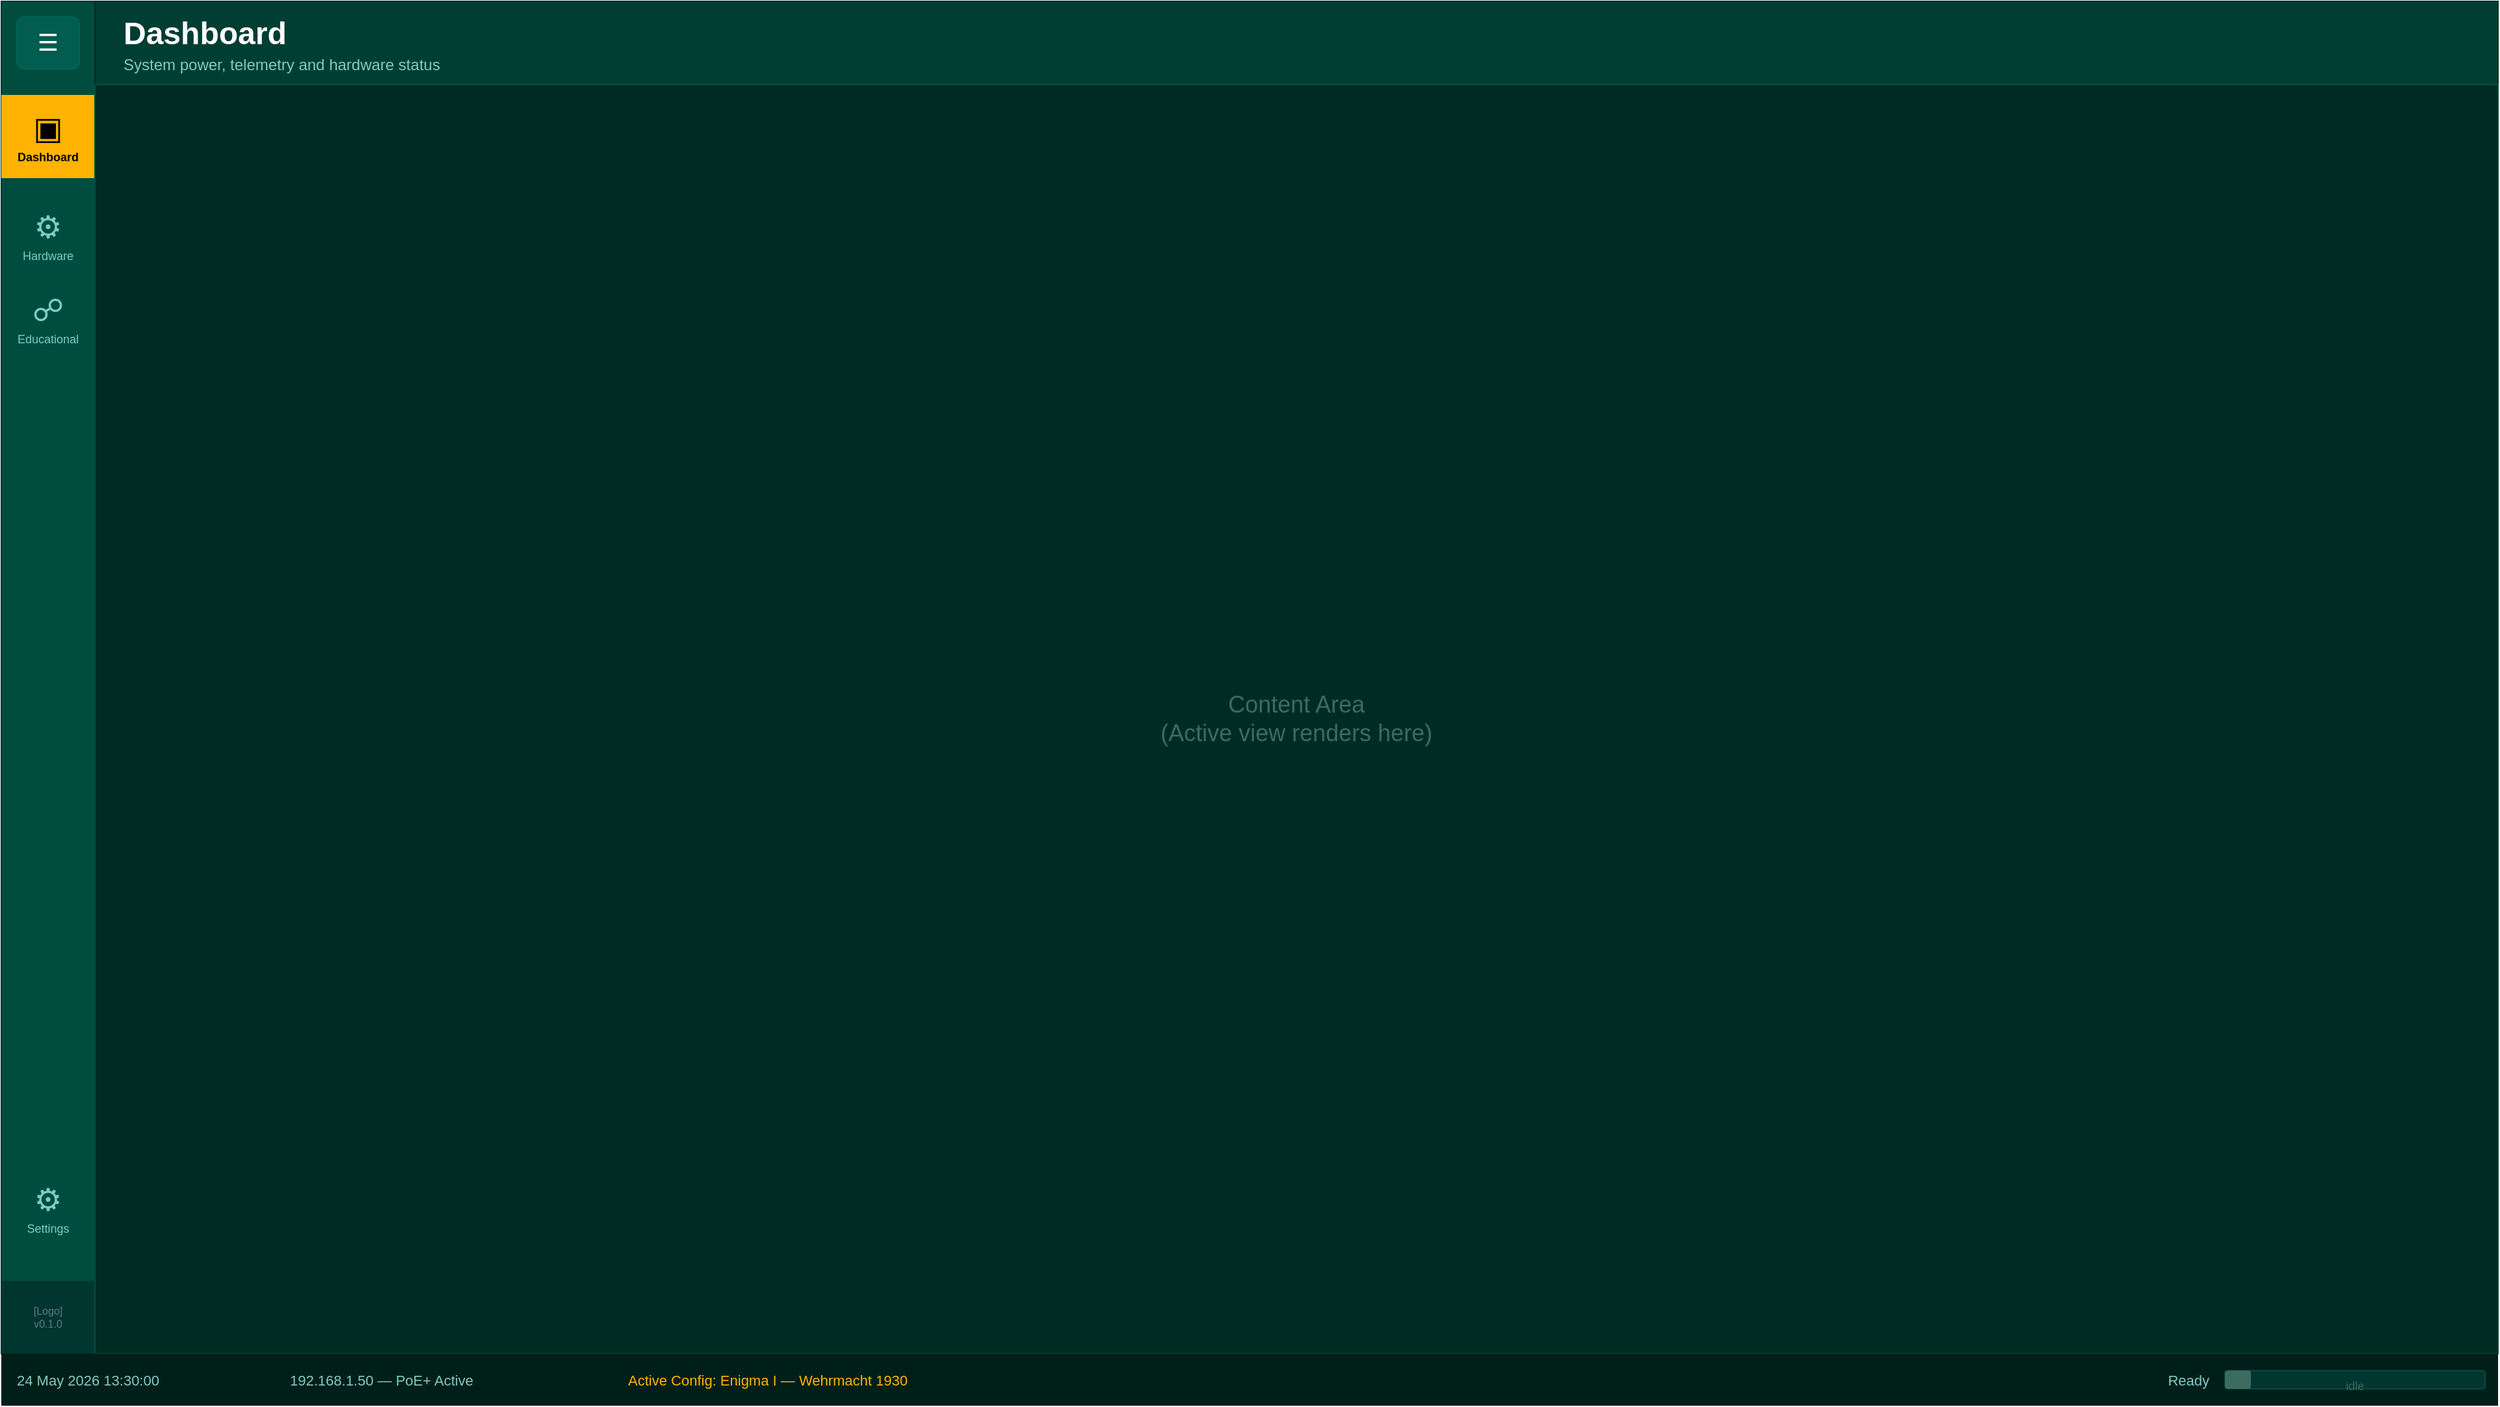
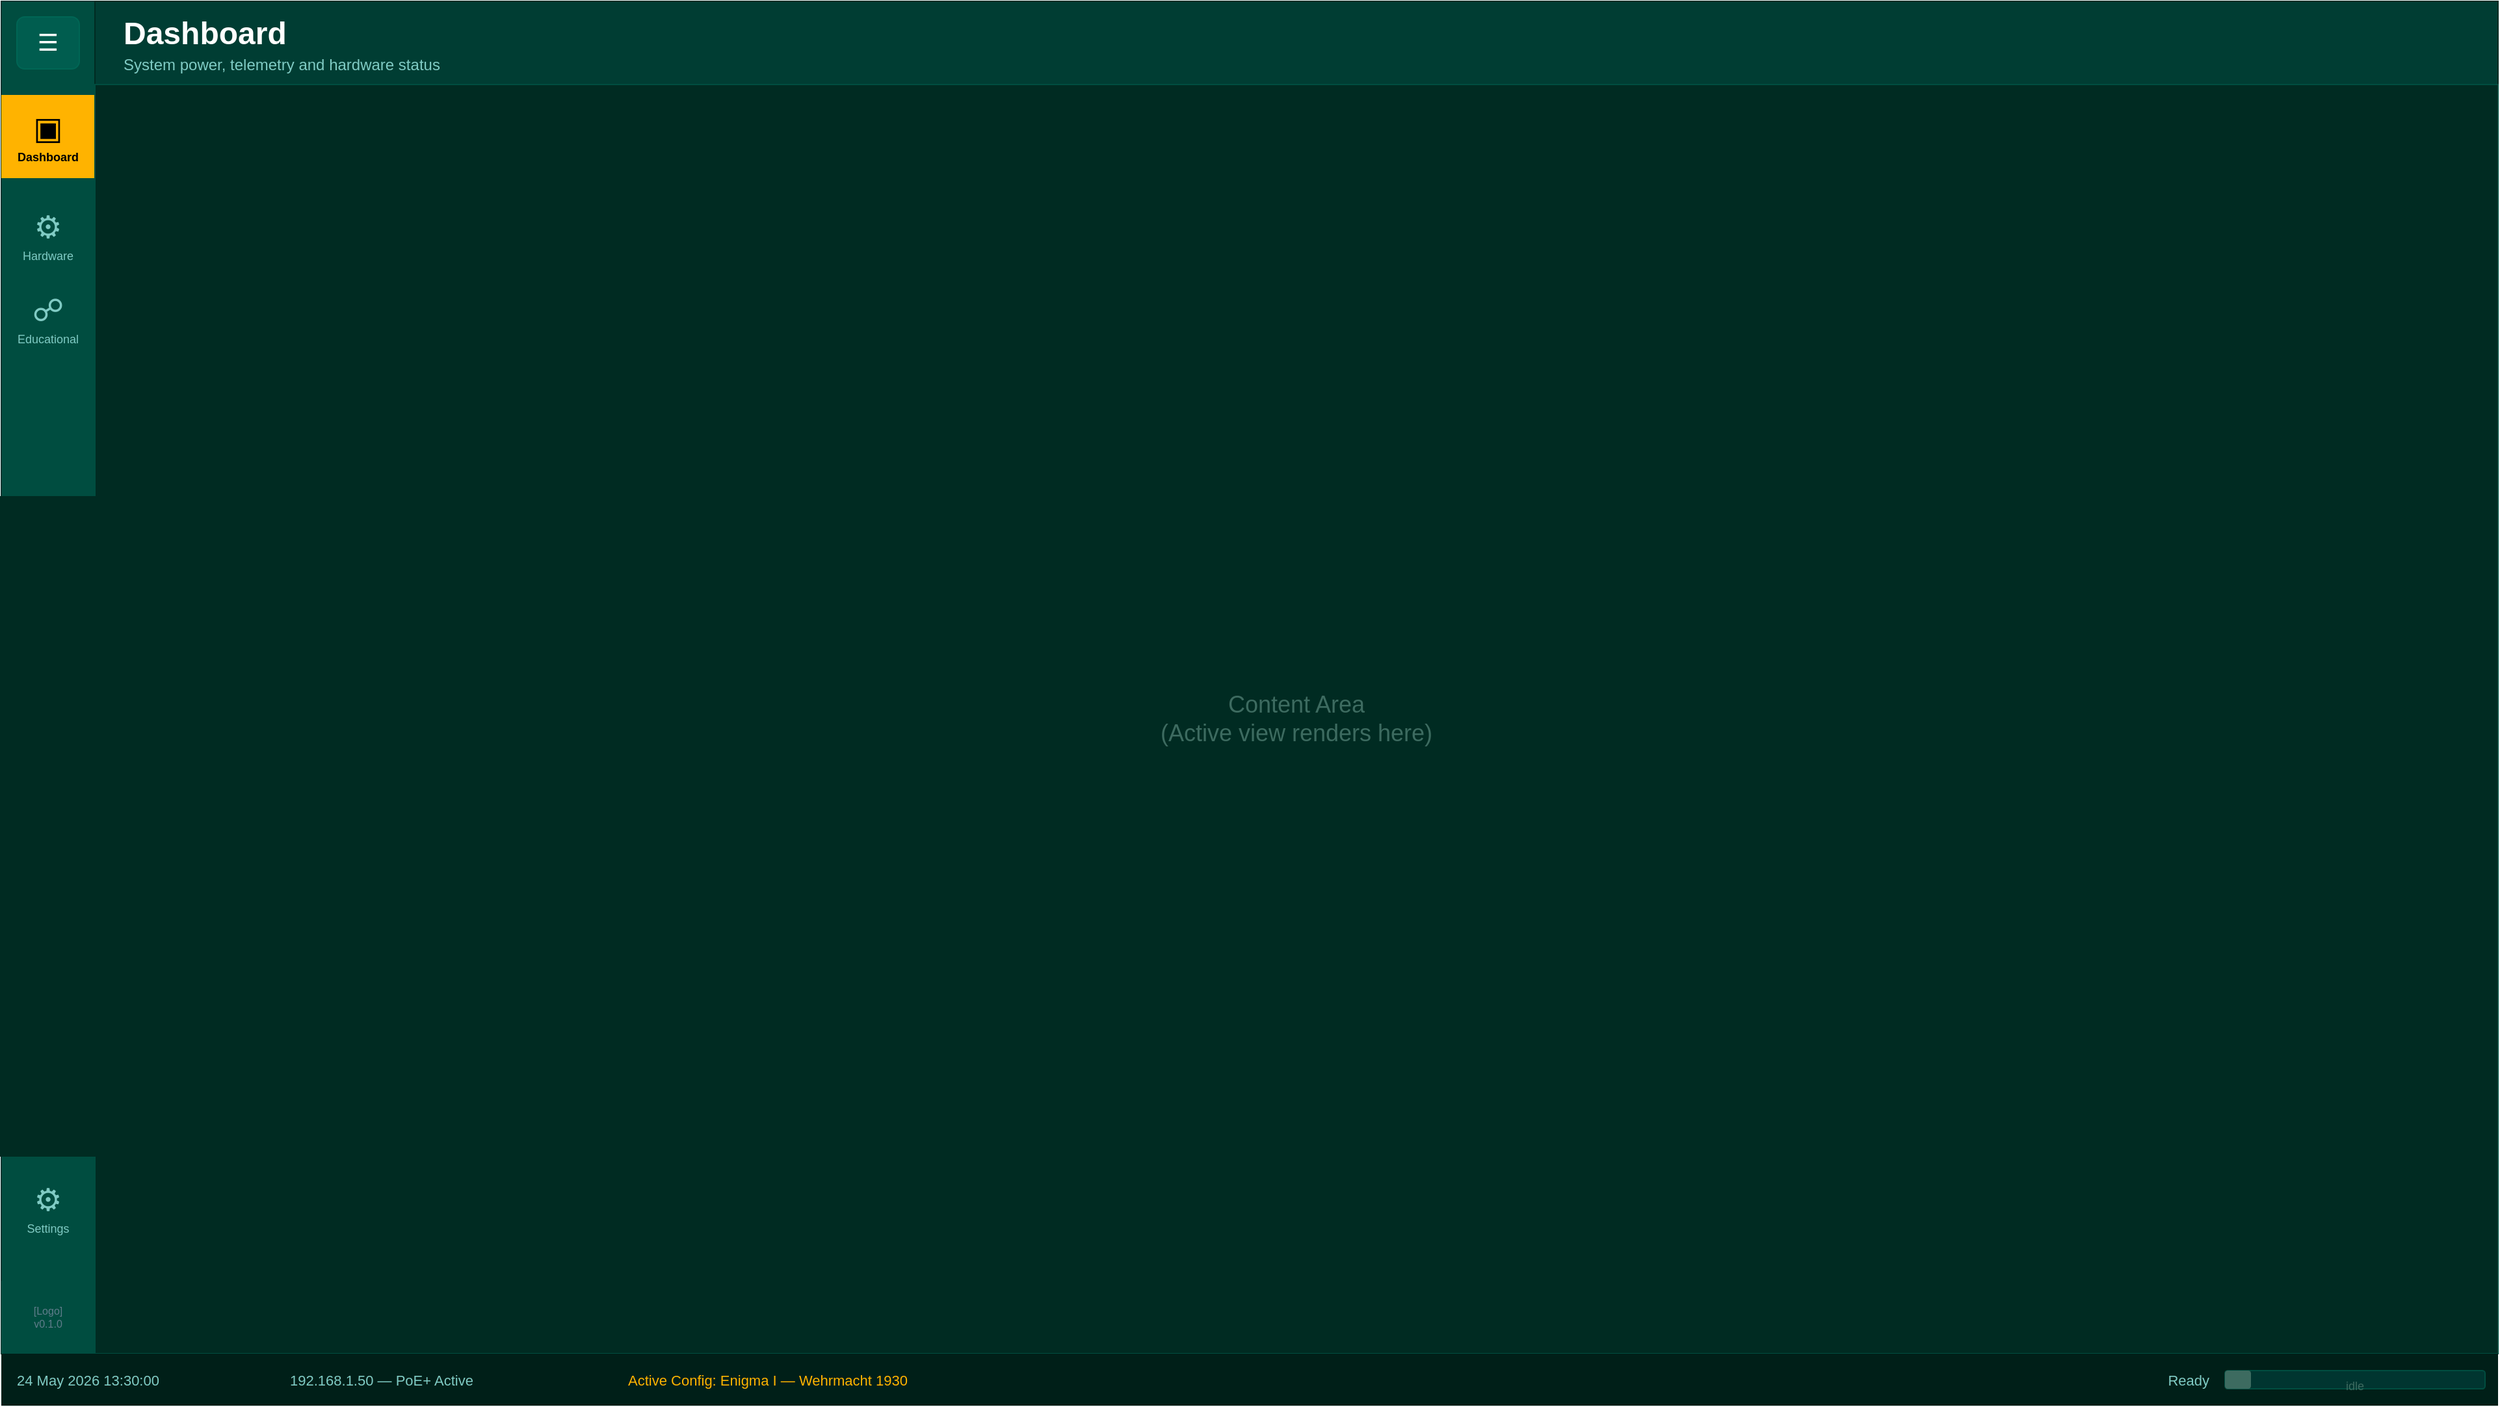
<mxfile host="Electron" modified="2026-05-24T13:30:00.000Z" version="26.0.0">
  <diagram id="shell-collapsed" name="State 1 — Collapsed Rail (Dashboard Active)">
    <mxGraphModel dx="1422" dy="762" grid="1" gridSize="10" guides="1" tooltips="1" connect="1" arrows="1" fold="1" page="1" pageScale="1" pageWidth="1920" pageHeight="1080" math="0" shadow="0">
      <root>
        <mxCell id="0" />
        <mxCell id="1" parent="0" />
+         <mxCell id="p1-canvas-bg" value="" style="rounded=0;whiteSpace=wrap;html=1;fillColor=#002B22;strokeColor=none;" vertex="1" parent="1"><mxGeometry x="0" y="0" width="1920" height="1080" as="geometry"/></mxCell>
+ 

        <!-- Nav Rail background -->
        <mxCell id="c-rail-bg" value="" style="rounded=0;whiteSpace=wrap;html=1;fillColor=#004D40;strokeColor=#003530;" vertex="1" parent="1">
          <mxGeometry x="0" y="0" width="72" height="1040" as="geometry" />
        </mxCell>

        <!-- Toggle button -->
        <mxCell id="c-toggle" value="&#9776;" style="rounded=1;whiteSpace=wrap;html=1;fillColor=#005D4F;strokeColor=#006655;fontColor=#FFFFFF;fontSize=18;align=center;" vertex="1" parent="1">
          <mxGeometry x="12" y="12" width="48" height="40" as="geometry" />
        </mxCell>

        <!-- Dashboard (active) -->
        <mxCell id="c-nav-dash-bg" value="" style="rounded=0;whiteSpace=wrap;html=1;fillColor=#FFB300;strokeColor=none;" vertex="1" parent="1">
          <mxGeometry x="0" y="72" width="72" height="64" as="geometry" />
        </mxCell>
        <mxCell id="c-nav-dash-icon" value="&#9635;" style="text;strokeColor=none;fillColor=none;fontSize=24;fontColor=#000000;align=center;" vertex="1" parent="1">
          <mxGeometry x="0" y="76" width="72" height="32" as="geometry" />
        </mxCell>
        <mxCell id="c-nav-dash-lbl" value="Dashboard" style="text;strokeColor=none;fillColor=none;fontSize=9;fontColor=#000000;align=center;fontStyle=1;" vertex="1" parent="1">
          <mxGeometry x="0" y="108" width="72" height="16" as="geometry" />
        </mxCell>

        <!-- Hardware (inactive) -->
        <mxCell id="c-nav-hw-icon" value="&#9881;" style="text;strokeColor=none;fillColor=none;fontSize=24;fontColor=#80CBC4;align=center;" vertex="1" parent="1">
          <mxGeometry x="0" y="152" width="72" height="32" as="geometry" />
        </mxCell>
        <mxCell id="c-nav-hw-lbl" value="Hardware" style="text;strokeColor=none;fillColor=none;fontSize=9;fontColor=#80CBC4;align=center;" vertex="1" parent="1">
          <mxGeometry x="0" y="184" width="72" height="16" as="geometry" />
        </mxCell>

        <!-- Educational (inactive) -->
        <mxCell id="c-nav-edu-icon" value="&#9741;" style="text;strokeColor=none;fillColor=none;fontSize=24;fontColor=#80CBC4;align=center;" vertex="1" parent="1">
          <mxGeometry x="0" y="216" width="72" height="32" as="geometry" />
        </mxCell>
        <mxCell id="c-nav-edu-lbl" value="Educational" style="text;strokeColor=none;fillColor=none;fontSize=9;fontColor=#80CBC4;align=center;" vertex="1" parent="1">
          <mxGeometry x="0" y="248" width="72" height="16" as="geometry" />
        </mxCell>

        <!-- Settings (near bottom) -->
        <mxCell id="c-nav-set-icon" value="&#9881;" style="text;strokeColor=none;fillColor=none;fontSize=24;fontColor=#80CBC4;align=center;" vertex="1" parent="1">
          <mxGeometry x="0" y="900" width="72" height="32" as="geometry" />
        </mxCell>
        <mxCell id="c-nav-set-lbl" value="Settings" style="text;strokeColor=none;fillColor=none;fontSize=9;fontColor=#80CBC4;align=center;" vertex="1" parent="1">
          <mxGeometry x="0" y="932" width="72" height="16" as="geometry" />
        </mxCell>

        <!-- Logo + version (bottom of rail) -->
-         <mxCell id="c-logo" value="[Logo]&#xa;v0.1.0" style="rounded=0;whiteSpace=wrap;html=1;fillColor=#003530;strokeColor=none;fontColor=#607D8B;fontSize=8;align=center;verticalAlign=middle;" vertex="1" parent="1">
+         <mxCell id="c-logo" value="[Logo]&#xa;v0.1.0" style="rounded=0;whiteSpace=wrap;html=1;fillColor=#004D40;strokeColor=none;fontColor=#607D8B;fontSize=8;align=center;verticalAlign=middle;" vertex="1" parent="1">
          <mxGeometry x="0" y="984" width="72" height="56" as="geometry" />
        </mxCell>

        <!-- Top Header -->
        <mxCell id="c-header" value="" style="rounded=0;whiteSpace=wrap;html=1;fillColor=#003D33;strokeColor=#002B22;" vertex="1" parent="1">
          <mxGeometry x="72" y="0" width="1848" height="64" as="geometry" />
        </mxCell>
        <mxCell id="c-hdr-title" value="Dashboard" style="text;strokeColor=none;fillColor=none;fontSize=24;fontStyle=1;fontColor=#FFFFFF;align=left;verticalAlign=middle;" vertex="1" parent="1">
          <mxGeometry x="92" y="6" width="400" height="32" as="geometry" />
        </mxCell>
        <mxCell id="c-hdr-strap" value="System power, telemetry and hardware status" style="text;strokeColor=none;fillColor=none;fontSize=12;fontColor=#80CBC4;align=left;verticalAlign=middle;" vertex="1" parent="1">
          <mxGeometry x="92" y="38" width="600" height="20" as="geometry" />
        </mxCell>

        <!-- Content Area -->
        <mxCell id="c-content" value="Content Area&#xa;(Active view renders here)" style="rounded=0;whiteSpace=wrap;html=1;fillColor=#002B22;strokeColor=#004D40;fontColor=#3D6B60;fontSize=18;verticalAlign=middle;align=center;" vertex="1" parent="1">
          <mxGeometry x="72" y="64" width="1848" height="976" as="geometry" />
        </mxCell>

        <!-- Status Bar -->
        <mxCell id="c-status-bg" value="" style="rounded=0;whiteSpace=wrap;html=1;fillColor=#001F18;strokeColor=none;" vertex="1" parent="1">
          <mxGeometry x="0" y="1040" width="1920" height="40" as="geometry" />
        </mxCell>
        <mxCell id="c-s-dt" value="24 May 2026  13:30:00" style="text;strokeColor=none;fillColor=none;fontSize=11;fontColor=#80CBC4;align=left;verticalAlign=middle;" vertex="1" parent="1">
          <mxGeometry x="10" y="1048" width="190" height="24" as="geometry" />
        </mxCell>
        <mxCell id="c-s-sep1" value="|" style="text;strokeColor=none;fillColor=none;fontSize=11;fontColor=#3D6B60;align=center;" vertex="1" parent="1">
          <mxGeometry x="204" y="1048" width="12" height="24" as="geometry" />
        </mxCell>
        <mxCell id="c-s-net" value="192.168.1.50  —  PoE+ Active" style="text;strokeColor=none;fillColor=none;fontSize=11;fontColor=#80CBC4;align=left;verticalAlign=middle;" vertex="1" parent="1">
          <mxGeometry x="220" y="1048" width="240" height="24" as="geometry" />
        </mxCell>
        <mxCell id="c-s-sep2" value="|" style="text;strokeColor=none;fillColor=none;fontSize=11;fontColor=#3D6B60;align=center;" vertex="1" parent="1">
          <mxGeometry x="464" y="1048" width="12" height="24" as="geometry" />
        </mxCell>
        <mxCell id="c-s-cfg" value="Active Config:  Enigma I — Wehrmacht 1930" style="text;strokeColor=none;fillColor=none;fontSize=11;fontColor=#FFB300;align=left;verticalAlign=middle;" vertex="1" parent="1">
          <mxGeometry x="480" y="1048" width="340" height="24" as="geometry" />
        </mxCell>
        <mxCell id="c-s-prog-lbl" value="Ready" style="text;strokeColor=none;fillColor=none;fontSize=11;fontColor=#80CBC4;align=right;verticalAlign=middle;" vertex="1" parent="1">
          <mxGeometry x="1620" y="1048" width="80" height="24" as="geometry" />
        </mxCell>
        <mxCell id="c-s-prog-bg" value="" style="rounded=1;whiteSpace=wrap;html=1;fillColor=#003530;strokeColor=#004D40;" vertex="1" parent="1">
          <mxGeometry x="1710" y="1053" width="200" height="14" as="geometry" />
        </mxCell>
        <mxCell id="c-s-prog-fill" value="" style="rounded=1;whiteSpace=wrap;html=1;fillColor=#3D6B60;strokeColor=none;" vertex="1" parent="1">
          <mxGeometry x="1710" y="1053" width="20" height="14" as="geometry" />
        </mxCell>
        <mxCell id="c-s-prog-note" value="idle" style="text;strokeColor=none;fillColor=none;fontSize=9;fontColor=#3D6B60;align=center;" vertex="1" parent="1">
          <mxGeometry x="1710" y="1053" width="200" height="14" as="geometry" />
        </mxCell>

      </root>
    </mxGraphModel>
  </diagram>

  <diagram id="shell-expanded" name="State 2 — Expanded Rail (Hardware Active)">
    <mxGraphModel dx="1422" dy="762" grid="1" gridSize="10" guides="1" tooltips="1" connect="1" arrows="1" fold="1" page="1" pageScale="1" pageWidth="1920" pageHeight="1080" math="0" shadow="0">
      <root>
        <mxCell id="0" />
        <mxCell id="1" parent="0" />
+         <mxCell id="p2-canvas-bg" value="" style="rounded=0;whiteSpace=wrap;html=1;fillColor=#002B22;strokeColor=none;" vertex="1" parent="1"><mxGeometry x="0" y="0" width="1920" height="1080" as="geometry"/></mxCell>
+ 

        <!-- Nav Rail background (expanded 240px) -->
        <mxCell id="e-rail-bg" value="" style="rounded=0;whiteSpace=wrap;html=1;fillColor=#004D40;strokeColor=#003530;" vertex="1" parent="1">
          <mxGeometry x="0" y="0" width="240" height="1040" as="geometry" />
        </mxCell>

        <!-- Collapse toggle -->
-         <mxCell id="e-toggle" value="&#9668;  Collapse" style="rounded=1;whiteSpace=wrap;html=1;fillColor=#005D4F;strokeColor=#006655;fontColor=#FFFFFF;fontSize=13;align=left;" vertex="1" parent="1">
+         <mxCell id="e-toggle" value="&#9668;  Collapse" style="rounded=1;whiteSpace=wrap;html=1;fillColor=#005D4F;strokeColor=#006655;fontColor=#FFFFFF;fontSize=13;align=left;spacingLeft=8;" vertex="1" parent="1">
          <mxGeometry x="10" y="12" width="220" height="40" as="geometry" />
        </mxCell>

        <!-- Dashboard (inactive) -->
-         <mxCell id="e-nav-dash" value="&#9635;   Dashboard" style="rounded=0;whiteSpace=wrap;html=1;fillColor=#004D40;strokeColor=none;fontColor=#80CBC4;fontSize=14;align=left;" vertex="1" parent="1">
+         <mxCell id="e-nav-dash" value="&#9635;   Dashboard" style="rounded=0;whiteSpace=wrap;html=1;fillColor=#004D40;strokeColor=none;fontColor=#80CBC4;fontSize=14;align=left;spacingLeft=8;spacingRight=8;" vertex="1" parent="1">
          <mxGeometry x="0" y="72" width="240" height="48" as="geometry" />
        </mxCell>

        <!-- Hardware (active) -->
-         <mxCell id="e-nav-hw" value="&#9881;   Hardware" style="rounded=0;whiteSpace=wrap;html=1;fillColor=#FFB300;strokeColor=none;fontColor=#000000;fontSize=14;fontStyle=1;align=left;" vertex="1" parent="1">
+         <mxCell id="e-nav-hw" value="&#9881;   Hardware" style="rounded=0;whiteSpace=wrap;html=1;fillColor=#FFB300;strokeColor=none;fontColor=#000000;fontSize=14;fontStyle=1;align=left;spacingLeft=8;spacingRight=8;" vertex="1" parent="1">
          <mxGeometry x="0" y="120" width="240" height="48" as="geometry" />
        </mxCell>

        <!-- Sub-items -->
        <mxCell id="e-sub-bg" value="" style="rounded=0;whiteSpace=wrap;html=1;fillColor=#003D33;strokeColor=none;" vertex="1" parent="1">
          <mxGeometry x="0" y="168" width="240" height="240" as="geometry" />
        </mxCell>
-         <mxCell id="e-sub-custom" value="    &#9670;  Custom..." style="text;strokeColor=none;fillColor=none;fontSize=13;fontColor=#FFB300;align=left;fontStyle=1;" vertex="1" parent="1">
+         <mxCell id="e-sub-custom" value="&#9670;  Custom..." style="text;strokeColor=none;fillColor=none;fontSize=13;fontColor=#FFB300;align=left;fontStyle=1;spacingLeft=20;spacingRight=8;" vertex="1" parent="1">
          <mxGeometry x="0" y="172" width="240" height="36" as="geometry" />
        </mxCell>
        <mxCell id="e-sub-sep" value="" style="line;strokeColor=#005D4F;fillColor=none;" vertex="1" parent="1">
          <mxGeometry x="20" y="208" width="200" height="10" as="geometry" />
        </mxCell>
-         <mxCell id="e-sub-e1" value="    ○  Enigma I — Wehrmacht" style="text;strokeColor=none;fillColor=none;fontSize=12;fontColor=#80CBC4;align=left;" vertex="1" parent="1">
+         <mxCell id="e-sub-e1" value="○  Enigma I — Wehrmacht" style="text;strokeColor=none;fillColor=none;fontSize=12;fontColor=#80CBC4;align=left;spacingLeft=20;spacingRight=8;" vertex="1" parent="1">
          <mxGeometry x="0" y="214" width="240" height="32" as="geometry" />
        </mxCell>
-         <mxCell id="e-sub-e2" value="    ○  Enigma M4 — Kriegsmarine" style="text;strokeColor=none;fillColor=none;fontSize=12;fontColor=#80CBC4;align=left;" vertex="1" parent="1">
+         <mxCell id="e-sub-e2" value="○  Enigma M4 — Kriegsmarine" style="text;strokeColor=none;fillColor=none;fontSize=12;fontColor=#80CBC4;align=left;spacingLeft=20;spacingRight=8;" vertex="1" parent="1">
          <mxGeometry x="0" y="246" width="240" height="32" as="geometry" />
        </mxCell>
-         <mxCell id="e-sub-e3" value="    ○  TypeX — RAF" style="text;strokeColor=none;fillColor=none;fontSize=12;fontColor=#80CBC4;align=left;" vertex="1" parent="1">
+         <mxCell id="e-sub-e3" value="○  TypeX — RAF" style="text;strokeColor=none;fillColor=none;fontSize=12;fontColor=#80CBC4;align=left;spacingLeft=20;spacingRight=8;" vertex="1" parent="1">
          <mxGeometry x="0" y="278" width="240" height="32" as="geometry" />
        </mxCell>
-         <mxCell id="e-sub-e4" value="    ○  SIGABA — US Army/Navy" style="text;strokeColor=none;fillColor=none;fontSize=12;fontColor=#80CBC4;align=left;" vertex="1" parent="1">
+         <mxCell id="e-sub-e4" value="○  SIGABA — US Army/Navy" style="text;strokeColor=none;fillColor=none;fontSize=12;fontColor=#80CBC4;align=left;spacingLeft=20;spacingRight=8;" vertex="1" parent="1">
          <mxGeometry x="0" y="310" width="240" height="32" as="geometry" />
        </mxCell>
-         <mxCell id="e-sub-more" value="    &#8942;  (scroll for more)" style="text;strokeColor=none;fillColor=none;fontSize=11;fontColor=#3D6B60;align=left;fontStyle=2;" vertex="1" parent="1">
+         <mxCell id="e-sub-more" value="&#8942;  (scroll for more)" style="text;strokeColor=none;fillColor=none;fontSize=11;fontColor=#3D6B60;align=left;fontStyle=2;spacingLeft=20;spacingRight=8;" vertex="1" parent="1">
          <mxGeometry x="0" y="342" width="240" height="28" as="geometry" />
        </mxCell>

        <!-- Divider before Educational -->
        <mxCell id="e-div1" value="" style="line;strokeColor=#005D4F;fillColor=none;" vertex="1" parent="1">
          <mxGeometry x="20" y="410" width="200" height="10" as="geometry" />
        </mxCell>

        <!-- Educational (inactive) -->
-         <mxCell id="e-nav-edu" value="&#9741;   Educational" style="rounded=0;whiteSpace=wrap;html=1;fillColor=#004D40;strokeColor=none;fontColor=#80CBC4;fontSize=14;align=left;" vertex="1" parent="1">
+         <mxCell id="e-nav-edu" value="&#9741;   Educational" style="rounded=0;whiteSpace=wrap;html=1;fillColor=#004D40;strokeColor=none;fontColor=#80CBC4;fontSize=14;align=left;spacingLeft=8;spacingRight=8;" vertex="1" parent="1">
          <mxGeometry x="0" y="418" width="240" height="48" as="geometry" />
        </mxCell>

        <!-- Settings (bottom) -->
-         <mxCell id="e-nav-set" value="&#9881;   Settings" style="rounded=0;whiteSpace=wrap;html=1;fillColor=#004D40;strokeColor=none;fontColor=#80CBC4;fontSize=14;align=left;" vertex="1" parent="1">
+         <mxCell id="e-nav-set" value="&#9881;   Settings" style="rounded=0;whiteSpace=wrap;html=1;fillColor=#004D40;strokeColor=none;fontColor=#80CBC4;fontSize=14;align=left;spacingLeft=8;spacingRight=8;" vertex="1" parent="1">
          <mxGeometry x="0" y="900" width="240" height="48" as="geometry" />
        </mxCell>

-         <!-- Logo + version -->
-         <mxCell id="e-logo" value="[ENIGMA-NG LOGO]&#xa;v0.1.0" style="rounded=0;whiteSpace=wrap;html=1;fillColor=#003530;strokeColor=none;fontColor=#607D8B;fontSize=10;align=center;verticalAlign=middle;" vertex="1" parent="1">
+         <!-- Logo + version (expanded — shows logo image, version number and Git SHA) -->
+         <mxCell id="e-logo" value="[ENIGMA-NG LOGO]" style="rounded=0;whiteSpace=wrap;html=1;fillColor=#004D40;strokeColor=none;fontColor=#80CBC4;fontSize=12;align=center;verticalAlign=top;spacingTop=6;" vertex="1" parent="1">
          <mxGeometry x="0" y="984" width="240" height="56" as="geometry" />
+         </mxCell>
+         <mxCell id="e-ver" value="v0.1.0" style="text;strokeColor=none;fillColor=none;fontSize=10;fontColor=#607D8B;align=center;verticalAlign=middle;" vertex="1" parent="1">
+           <mxGeometry x="0" y="1012" width="240" height="14" as="geometry" />
+         </mxCell>
+         <mxCell id="e-sha" value="git: ab12cd3" style="text;strokeColor=none;fillColor=none;fontSize=9;fontColor=#3D6B60;align=center;verticalAlign=middle;" vertex="1" parent="1">
+           <mxGeometry x="0" y="1026" width="240" height="14" as="geometry" />
        </mxCell>

        <!-- Top Header -->
        <mxCell id="e-header" value="" style="rounded=0;whiteSpace=wrap;html=1;fillColor=#003D33;strokeColor=#002B22;" vertex="1" parent="1">
          <mxGeometry x="240" y="0" width="1680" height="64" as="geometry" />
        </mxCell>
        <mxCell id="e-hdr-title" value="Hardware — Custom Configuration" style="text;strokeColor=none;fillColor=none;fontSize=24;fontStyle=1;fontColor=#FFFFFF;align=left;verticalAlign=middle;" vertex="1" parent="1">
          <mxGeometry x="260" y="6" width="700" height="32" as="geometry" />
        </mxCell>
        <mxCell id="e-hdr-strap" value="Configure rotors, plugboard and reflector for your custom Enigma-NG build" style="text;strokeColor=none;fillColor=none;fontSize=12;fontColor=#80CBC4;align=left;verticalAlign=middle;" vertex="1" parent="1">
          <mxGeometry x="260" y="38" width="800" height="20" as="geometry" />
        </mxCell>

        <!-- Content Area background -->
        <mxCell id="e-content-bg" value="" style="rounded=0;whiteSpace=wrap;html=1;fillColor=#002B22;strokeColor=none;" vertex="1" parent="1">
          <mxGeometry x="240" y="64" width="1680" height="976" as="geometry" />
        </mxCell>

        <!-- Tab strip -->
        <mxCell id="e-tab-strip" value="" style="rounded=0;whiteSpace=wrap;html=1;fillColor=#003D33;strokeColor=none;" vertex="1" parent="1">
          <mxGeometry x="240" y="64" width="1680" height="48" as="geometry" />
        </mxCell>
        <mxCell id="e-tab-hist" value="History" style="rounded=0;whiteSpace=wrap;html=1;fillColor=#003D33;strokeColor=none;fontColor=#80CBC4;fontSize=14;" vertex="1" parent="1">
          <mxGeometry x="240" y="64" width="180" height="48" as="geometry" />
        </mxCell>
        <mxCell id="e-tab-conf-bg" value="" style="rounded=0;whiteSpace=wrap;html=1;fillColor=#002B22;strokeColor=none;" vertex="1" parent="1">
          <mxGeometry x="420" y="64" width="180" height="48" as="geometry" />
        </mxCell>
        <mxCell id="e-tab-conf" value="Configuration" style="text;strokeColor=none;fillColor=none;fontSize=14;fontStyle=1;fontColor=#FFB300;align=center;verticalAlign=middle;" vertex="1" parent="1">
          <mxGeometry x="420" y="64" width="180" height="48" as="geometry" />
        </mxCell>
        <mxCell id="e-tab-ind" value="" style="rounded=0;whiteSpace=wrap;html=1;fillColor=#FFB300;strokeColor=none;" vertex="1" parent="1">
          <mxGeometry x="420" y="108" width="180" height="4" as="geometry" />
        </mxCell>
        <mxCell id="e-tab-live" value="Live Model" style="rounded=0;whiteSpace=wrap;html=1;fillColor=#003D33;strokeColor=none;fontColor=#80CBC4;fontSize=14;" vertex="1" parent="1">
          <mxGeometry x="600" y="64" width="180" height="48" as="geometry" />
        </mxCell>

        <!-- Content placeholder -->
        <mxCell id="e-content-placeholder" value="Tab content renders here" style="text;strokeColor=none;fillColor=none;fontSize=16;fontColor=#3D6B60;align=center;verticalAlign=middle;" vertex="1" parent="1">
          <mxGeometry x="240" y="112" width="1680" height="928" as="geometry" />
        </mxCell>

        <!-- Status Bar -->
        <mxCell id="e-status-bg" value="" style="rounded=0;whiteSpace=wrap;html=1;fillColor=#001F18;strokeColor=none;" vertex="1" parent="1">
          <mxGeometry x="0" y="1040" width="1920" height="40" as="geometry" />
        </mxCell>
        <mxCell id="e-s-dt" value="24 May 2026  13:30:00" style="text;strokeColor=none;fillColor=none;fontSize=11;fontColor=#80CBC4;align=left;verticalAlign=middle;" vertex="1" parent="1">
          <mxGeometry x="10" y="1048" width="190" height="24" as="geometry" />
        </mxCell>
        <mxCell id="e-s-sep1" value="|" style="text;strokeColor=none;fillColor=none;fontSize=11;fontColor=#3D6B60;" vertex="1" parent="1">
          <mxGeometry x="204" y="1048" width="12" height="24" as="geometry" />
        </mxCell>
        <mxCell id="e-s-net" value="192.168.1.50  —  PoE+ Active" style="text;strokeColor=none;fillColor=none;fontSize=11;fontColor=#80CBC4;align=left;verticalAlign=middle;" vertex="1" parent="1">
          <mxGeometry x="220" y="1048" width="240" height="24" as="geometry" />
        </mxCell>
        <mxCell id="e-s-sep2" value="|" style="text;strokeColor=none;fillColor=none;fontSize=11;fontColor=#3D6B60;" vertex="1" parent="1">
          <mxGeometry x="464" y="1048" width="12" height="24" as="geometry" />
        </mxCell>
        <mxCell id="e-s-cfg" value="Active Config:  Custom..." style="text;strokeColor=none;fillColor=none;fontSize=11;fontColor=#FFB300;align=left;verticalAlign=middle;" vertex="1" parent="1">
          <mxGeometry x="480" y="1048" width="280" height="24" as="geometry" />
        </mxCell>
        <mxCell id="e-s-prog-lbl" value="Programming rotors: 47%" style="text;strokeColor=none;fillColor=none;fontSize=11;fontColor=#80CBC4;align=right;verticalAlign=middle;" vertex="1" parent="1">
          <mxGeometry x="1490" y="1048" width="210" height="24" as="geometry" />
        </mxCell>
        <mxCell id="e-s-prog-bg" value="" style="rounded=1;whiteSpace=wrap;html=1;fillColor=#003530;strokeColor=#004D40;" vertex="1" parent="1">
          <mxGeometry x="1710" y="1053" width="200" height="14" as="geometry" />
        </mxCell>
        <mxCell id="e-s-prog-fill" value="" style="rounded=1;whiteSpace=wrap;html=1;fillColor=#FFB300;strokeColor=none;" vertex="1" parent="1">
          <mxGeometry x="1710" y="1053" width="94" height="14" as="geometry" />
        </mxCell>

      </root>
    </mxGraphModel>
  </diagram>
</mxfile>
